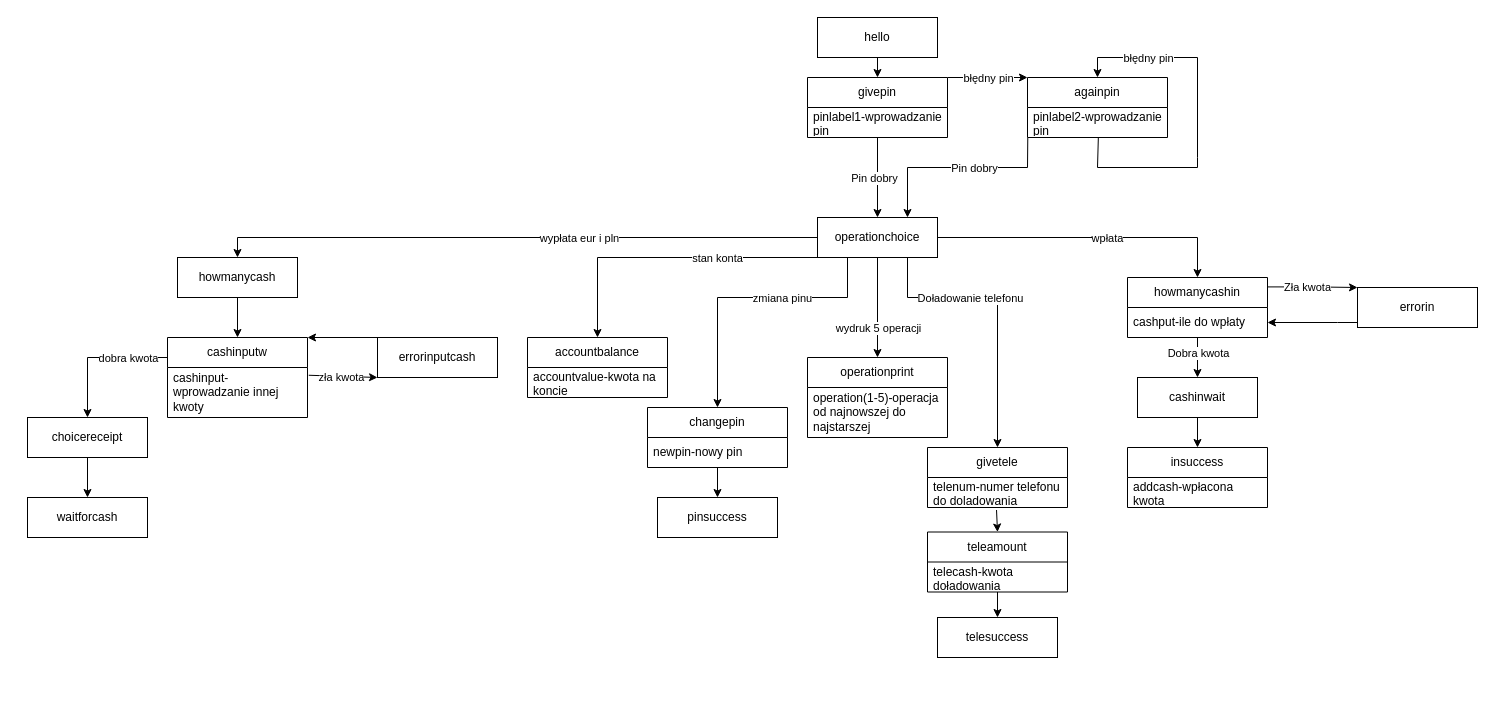
Above: DOKUMENTACJA/screnschemeREMASTER.drawio in Mati-IR/ATM_Simulator (draw.io), before the change. Source tidied: cells renumbered, new cells numbered last; positions are measured from the earlier drawing's top-left corner, leaving out a move shared by most shapes. Both pictures are drawn from the tidied source at 100%, with x=0, y=0 at pixel (27, 17).
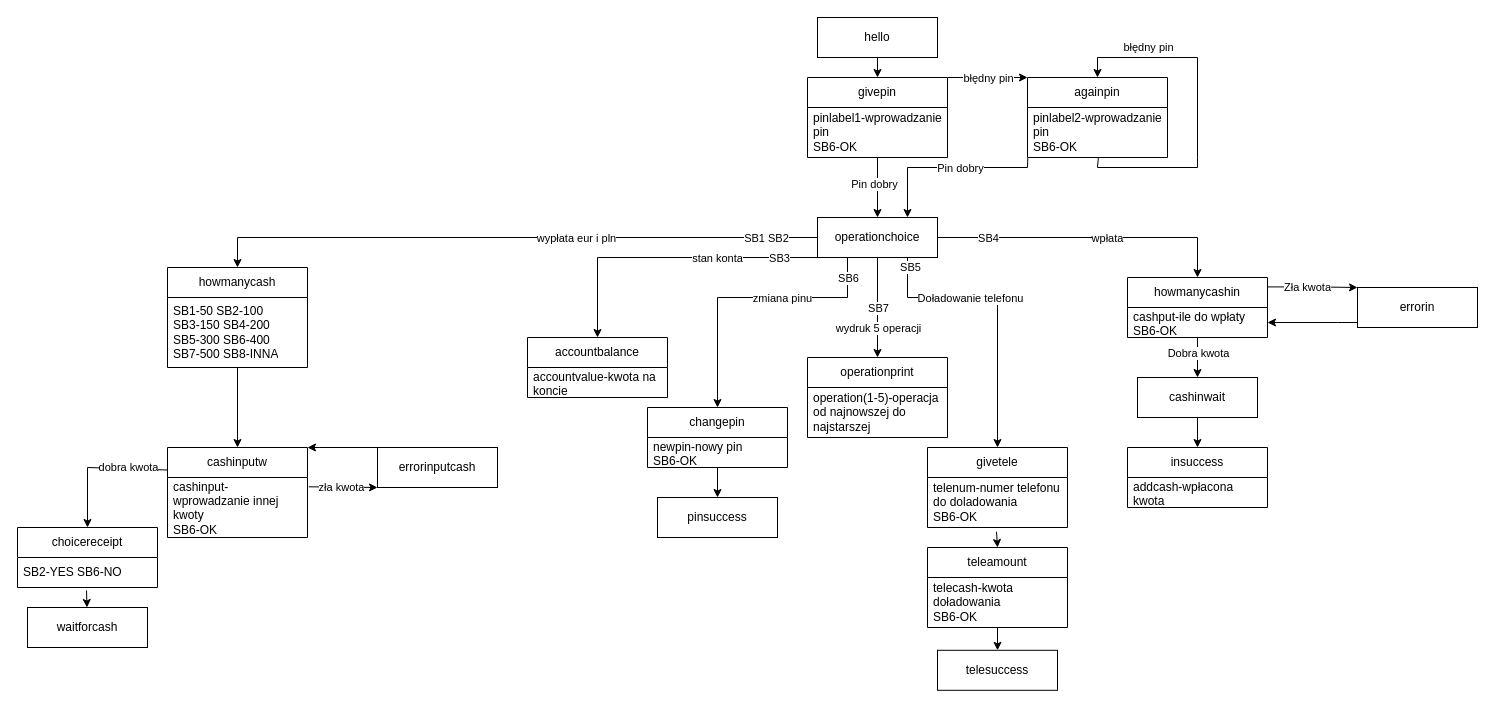
Above is the later version.

Unchanged cells that the change refers to:
```xml
<mxCell id="6" value="operationchoice" style="rounded=0;whiteSpace=wrap;html=1;" parent="1" vertex="1">
  <mxGeometry x="790" y="200" width="120" height="40" as="geometry" />
</mxCell>
<mxCell id="13" style="endArrow=classic;html=1;rounded=0;entryX=0.5;entryY=0;entryDx=0;entryDy=0;exitX=0;exitY=0.5;exitDx=0;exitDy=0;" parent="1" edge="1" source="6" target="12">
  <mxGeometry relative="1" as="geometry">
    <Array as="points">
      <mxPoint x="210" y="220" />
    </Array>
  </mxGeometry>
</mxCell>
<mxCell id="24" style="endArrow=classic;html=1;rounded=0;exitX=0;exitY=1;exitDx=0;exitDy=0;entryX=0.5;entryY=0;entryDx=0;entryDy=0;" parent="1" edge="1" source="6" target="45">
  <mxGeometry relative="1" as="geometry">
    <Array as="points">
      <mxPoint x="570" y="240" />
    </Array>
  </mxGeometry>
</mxCell>
<mxCell id="29" style="endArrow=classic;html=1;rounded=0;exitX=0.5;exitY=1;exitDx=0;exitDy=0;entryX=0.5;entryY=0;entryDx=0;entryDy=0;" parent="1" edge="1" source="6" target="50">
  <mxGeometry relative="1" as="geometry" />
</mxCell>
<mxCell id="31" style="endArrow=classic;html=1;rounded=0;exitX=0.75;exitY=1;exitDx=0;exitDy=0;entryX=0.5;entryY=0;entryDx=0;entryDy=0;" parent="1" edge="1" source="6" target="52">
  <mxGeometry relative="1" as="geometry">
    <Array as="points">
      <mxPoint x="880" y="280" />
      <mxPoint x="970" y="280" />
    </Array>
  </mxGeometry>
</mxCell>
<mxCell id="35" style="endArrow=classic;html=1;rounded=0;exitX=1;exitY=0.5;exitDx=0;exitDy=0;entryX=0.5;entryY=0;entryDx=0;entryDy=0;" parent="1" edge="1" source="6" target="61">
  <mxGeometry relative="1" as="geometry">
    <Array as="points">
      <mxPoint x="1170" y="220" />
    </Array>
  </mxGeometry>
</mxCell>
<mxCell id="48" value="changepin" style="swimlane;fontStyle=0;horizontal=1;startSize=30;whiteSpace=wrap;html=1;" parent="1" vertex="1">
  <mxGeometry x="620" y="390" width="140" height="60" as="geometry" />
</mxCell>
<mxCell id="61" value="howmanycashin" style="swimlane;fontStyle=0;horizontal=1;startSize=30;whiteSpace=wrap;html=1;" parent="1" vertex="1">
  <mxGeometry x="1100" y="260" width="140" height="60" as="geometry" />
</mxCell>
```

Diff of the diagram source:
```diff
@@
-    <mxCell id="11" style="edgeStyle=orthogonalEdgeStyle;rounded=0;jettySize=auto;html=1;entryX=0.5;entryY=0;entryDx=0;entryDy=0;" parent="1" edge="1" source="12" target="43">
-      <mxGeometry relative="1" as="geometry" />
-    </mxCell>
-    <mxCell id="12" value="howmanycash" style="rounded=0;whiteSpace=wrap;html=1;" parent="1" vertex="1">
-      <mxGeometry x="150" y="240" width="120" height="40" as="geometry" />
-    </mxCell>
@@
+    <mxCell id="69" value="SB1 SB2" style="edgeLabel;html=1;align=center;verticalAlign=middle;" parent="13" vertex="1">
+      <mxGeometry x="-0.83" y="2" relative="1" as="geometry">
+        <mxPoint y="-2" as="offset" />
+      </mxGeometry>
+    </mxCell>
     <mxCell id="15" value="errorinputcash" style="rounded=0;whiteSpace=wrap;html=1;" parent="1" vertex="1">
-      <mxGeometry x="350" y="320" width="120" height="40" as="geometry" />
+      <mxGeometry x="350" y="430" width="120" height="40" as="geometry" />
     </mxCell>
@@
-    <mxCell id="19" value="choicereceipt" style="rounded=0;whiteSpace=wrap;html=1;" parent="1" vertex="1">
-      <mxGeometry y="400" width="120" height="40" as="geometry" />
-    </mxCell>
     <mxCell id="20" style="endArrow=classic;html=1;rounded=0;exitX=0;exitY=0.25;exitDx=0;exitDy=0;entryX=0.5;entryY=0;entryDx=0;entryDy=0;" parent="1" edge="1" source="43" target="19">
       <mxGeometry relative="1" as="geometry">
         <Array as="points">
-          <mxPoint x="60" y="340" />
+          <mxPoint x="60" y="450" />
         </Array>
       </mxGeometry>
     </mxCell>
@@
     <mxCell id="22" value="waitforcash" style="rounded=0;whiteSpace=wrap;html=1;" parent="1" vertex="1">
-      <mxGeometry y="480" width="120" height="40" as="geometry" />
+      <mxGeometry y="590" width="120" height="40" as="geometry" />
     </mxCell>
-    <mxCell id="23" style="endArrow=classic;html=1;rounded=0;exitX=0.5;exitY=1;exitDx=0;exitDy=0;" parent="1" edge="1" source="19" target="22">
+    <mxCell id="23" style="endArrow=classic;html=1;rounded=0;exitX=0.493;exitY=1.1;exitDx=0;exitDy=0;exitPerimeter=0;" parent="1" edge="1" source="76" target="22">
       <mxGeometry relative="1" as="geometry" />
     </mxCell>
@@
+    <mxCell id="70" value="SB3" style="edgeLabel;html=1;align=center;verticalAlign=middle;" parent="24" vertex="1">
+      <mxGeometry x="-0.74" y="3" relative="1" as="geometry">
+        <mxPoint y="-3" as="offset" />
+      </mxGeometry>
+    </mxCell>
     <mxCell id="26" style="endArrow=classic;html=1;rounded=0;exitX=0.25;exitY=1;exitDx=0;exitDy=0;entryX=0.5;entryY=0;entryDx=0;entryDy=0;" parent="1" edge="1" source="6" target="48">
       <mxGeometry relative="1" as="geometry">
         <Array as="points">
+          <mxPoint x="820" y="260" />
           <mxPoint x="820" y="280" />
           <mxPoint x="690" y="280" />
         </Array>
       </mxGeometry>
     </mxCell>
@@
+    <mxCell id="71" value="SB6" style="edgeLabel;html=1;align=center;verticalAlign=middle;" parent="26" vertex="1">
+      <mxGeometry x="-0.61" y="2" relative="1" as="geometry">
+        <mxPoint x="15" y="-22" as="offset" />
+      </mxGeometry>
+    </mxCell>
@@
+    <mxCell id="72" value="SB7" style="edgeLabel;html=1;align=center;verticalAlign=middle;" parent="29" vertex="1">
+      <mxGeometry x="-0.34" y="1" relative="1" as="geometry">
+        <mxPoint x="-1" y="17" as="offset" />
+      </mxGeometry>
+    </mxCell>
@@
+    <mxCell id="73" value="SB5" style="edgeLabel;html=1;align=center;verticalAlign=middle;" parent="31" vertex="1">
+      <mxGeometry x="-0.79" y="2" relative="1" as="geometry">
+        <mxPoint y="-20" as="offset" />
+      </mxGeometry>
+    </mxCell>
     <mxCell id="33" value="telesuccess" style="rounded=0;whiteSpace=wrap;html=1;" parent="1" vertex="1">
-      <mxGeometry x="910" y="600" width="120" height="40" as="geometry" />
+      <mxGeometry x="910" y="632.8" width="120" height="40" as="geometry" />
     </mxCell>
@@
+    <mxCell id="74" value="SB4" style="edgeLabel;html=1;align=center;verticalAlign=middle;" parent="35" vertex="1">
+      <mxGeometry x="-0.31" y="3" relative="1" as="geometry">
+        <mxPoint x="-53" y="3" as="offset" />
+      </mxGeometry>
+    </mxCell>
     <mxCell id="37" value="givepin" style="swimlane;fontStyle=0;horizontal=1;startSize=30;whiteSpace=wrap;html=1;" parent="1" vertex="1">
-      <mxGeometry x="780" y="60" width="140" height="60" as="geometry" />
+      <mxGeometry x="780" y="60" width="140" height="80" as="geometry" />
     </mxCell>
-    <mxCell id="38" value="pinlabel1-wprowadzanie pin" style="text;strokeColor=none;fillColor=none;align=left;verticalAlign=middle;spacingLeft=4;spacingRight=4;overflow=hidden;whiteSpace=wrap;html=1;" parent="37" vertex="1">
-      <mxGeometry y="30" width="140" height="30" as="geometry" />
+    <mxCell id="38" value="pinlabel1-wprowadzanie pin&lt;br&gt;SB6-OK" style="text;strokeColor=none;fillColor=none;align=left;verticalAlign=middle;spacingLeft=4;spacingRight=4;overflow=hidden;whiteSpace=wrap;html=1;" parent="37" vertex="1">
+      <mxGeometry y="30" width="140" height="50" as="geometry" />
     </mxCell>
     <mxCell id="39" value="againpin" style="swimlane;fontStyle=0;horizontal=1;startSize=30;whiteSpace=wrap;html=1;" parent="1" vertex="1">
-      <mxGeometry x="1000" y="60" width="140" height="60" as="geometry" />
+      <mxGeometry x="1000" y="60" width="140" height="80" as="geometry" />
     </mxCell>
-    <mxCell id="40" value="pinlabel2-wprowadzanie pin" style="text;strokeColor=none;fillColor=none;align=left;verticalAlign=middle;spacingLeft=4;spacingRight=4;overflow=hidden;points=[[0,0.5],[1,0.5]];portConstraint=eastwest;whiteSpace=wrap;html=1;" parent="39" vertex="1">
-      <mxGeometry y="30" width="140" height="30" as="geometry" />
+    <mxCell id="40" value="pinlabel2-wprowadzanie pin&lt;br&gt;SB6-OK" style="text;strokeColor=none;fillColor=none;align=left;verticalAlign=middle;spacingLeft=4;spacingRight=4;overflow=hidden;points=[[0,0.5],[1,0.5]];portConstraint=eastwest;whiteSpace=wrap;html=1;" parent="39" vertex="1">
+      <mxGeometry y="30" width="140" height="50" as="geometry" />
     </mxCell>
@@
     <mxCell id="43" value="cashinputw" style="swimlane;fontStyle=0;horizontal=1;startSize=30;whiteSpace=wrap;html=1;" parent="1" vertex="1">
-      <mxGeometry x="140" y="320" width="140" height="80" as="geometry" />
+      <mxGeometry x="140" y="430" width="140" height="90" as="geometry" />
     </mxCell>
-    <mxCell id="44" value="cashinput-wprowadzanie innej kwoty" style="text;strokeColor=none;fillColor=none;align=left;verticalAlign=middle;spacingLeft=4;spacingRight=4;overflow=hidden;points=[[0,0.5],[1,0.5]];portConstraint=eastwest;whiteSpace=wrap;html=1;" parent="43" vertex="1">
-      <mxGeometry y="30" width="140" height="50" as="geometry" />
+    <mxCell id="44" value="cashinput-wprowadzanie innej kwoty&lt;br&gt;SB6-OK" style="text;strokeColor=none;fillColor=none;align=left;verticalAlign=middle;spacingLeft=4;spacingRight=4;overflow=hidden;points=[[0,0.5],[1,0.5]];portConstraint=eastwest;whiteSpace=wrap;html=1;" parent="43" vertex="1">
+      <mxGeometry y="30" width="140" height="60" as="geometry" />
     </mxCell>
@@
-    <mxCell id="49" value="newpin-nowy pin" style="text;strokeColor=none;fillColor=none;align=left;verticalAlign=middle;spacingLeft=4;spacingRight=4;overflow=hidden;whiteSpace=wrap;html=1;" parent="48" vertex="1">
+    <mxCell id="49" value="newpin-nowy pin&lt;br&gt;SB6-OK" style="text;strokeColor=none;fillColor=none;align=left;verticalAlign=middle;spacingLeft=4;spacingRight=4;overflow=hidden;whiteSpace=wrap;html=1;" parent="48" vertex="1">
       <mxGeometry y="30" width="140" height="30" as="geometry" />
     </mxCell>
@@
     <mxCell id="52" value="givetele" style="swimlane;fontStyle=0;horizontal=1;startSize=30;whiteSpace=wrap;html=1;" parent="1" vertex="1">
-      <mxGeometry x="900" y="430" width="140" height="60" as="geometry" />
+      <mxGeometry x="900" y="430" width="140" height="80" as="geometry" />
     </mxCell>
-    <mxCell id="53" value="telenum-numer telefonu do doladowania" style="text;strokeColor=none;fillColor=none;align=left;verticalAlign=middle;spacingLeft=4;spacingRight=4;overflow=hidden;points=[[0,0.5],[1,0.5]];portConstraint=eastwest;whiteSpace=wrap;html=1;" parent="52" vertex="1">
-      <mxGeometry y="30" width="140" height="30" as="geometry" />
+    <mxCell id="53" value="telenum-numer telefonu do doladowania&lt;br&gt;SB6-OK" style="text;strokeColor=none;fillColor=none;align=left;verticalAlign=middle;spacingLeft=4;spacingRight=4;overflow=hidden;points=[[0,0.5],[1,0.5]];portConstraint=eastwest;whiteSpace=wrap;html=1;" parent="52" vertex="1">
+      <mxGeometry y="30" width="140" height="50" as="geometry" />
     </mxCell>
@@
     <mxCell id="55" value="teleamount" style="swimlane;fontStyle=0;horizontal=1;startSize=30;whiteSpace=wrap;html=1;" parent="1" vertex="1">
-      <mxGeometry x="900" y="514.5" width="140" height="60" as="geometry" />
+      <mxGeometry x="900" y="530" width="140" height="80" as="geometry" />
     </mxCell>
-    <mxCell id="56" value="telecash-kwota doładowania" style="text;strokeColor=none;fillColor=none;align=left;verticalAlign=middle;spacingLeft=4;spacingRight=4;overflow=hidden;whiteSpace=wrap;html=1;" parent="55" vertex="1">
-      <mxGeometry y="30" width="140" height="30" as="geometry" />
+    <mxCell id="56" value="telecash-kwota doładowania&lt;br&gt;SB6-OK" style="text;strokeColor=none;fillColor=none;align=left;verticalAlign=middle;spacingLeft=4;spacingRight=4;overflow=hidden;whiteSpace=wrap;html=1;" parent="55" vertex="1">
+      <mxGeometry y="30" width="140" height="50" as="geometry" />
     </mxCell>
@@
-    <mxCell id="62" value="cashput-ile do wpłaty" style="text;strokeColor=none;fillColor=none;align=left;verticalAlign=middle;spacingLeft=4;spacingRight=4;overflow=hidden;points=[[0,0.5],[1,0.5]];portConstraint=eastwest;whiteSpace=wrap;html=1;" parent="61" vertex="1">
+    <mxCell id="62" value="cashput-ile do wpłaty&lt;br&gt;SB6-OK" style="text;strokeColor=none;fillColor=none;align=left;verticalAlign=middle;spacingLeft=4;spacingRight=4;overflow=hidden;points=[[0,0.5],[1,0.5]];portConstraint=eastwest;whiteSpace=wrap;html=1;" parent="61" vertex="1">
       <mxGeometry y="30" width="140" height="30" as="geometry" />
     </mxCell>
@@
+    <mxCell id="11" style="edgeStyle=orthogonalEdgeStyle;rounded=0;jettySize=auto;html=1;entryX=0.5;entryY=0;entryDx=0;entryDy=0;" parent="1" edge="1" source="12" target="43">
+      <mxGeometry relative="1" as="geometry" />
+    </mxCell>
+    <mxCell id="12" value="howmanycash" style="swimlane;fontStyle=0;horizontal=1;startSize=30;whiteSpace=wrap;html=1;" parent="1" vertex="1">
+      <mxGeometry x="140" y="250" width="140" height="100" as="geometry" />
+    </mxCell>
+    <mxCell id="75" value="SB1-50 SB2-100&lt;br&gt;SB3-150 SB4-200&lt;br&gt;SB5-300 SB6-400&lt;br&gt;SB7-500 SB8-INNA" style="text;strokeColor=none;fillColor=none;align=left;verticalAlign=middle;spacingLeft=4;spacingRight=4;overflow=hidden;whiteSpace=wrap;html=1;" parent="12" vertex="1">
+      <mxGeometry y="30" width="140" height="70" as="geometry" />
+    </mxCell>
+    <mxCell id="19" value="choicereceipt" style="swimlane;fontStyle=0;horizontal=1;startSize=30;whiteSpace=wrap;html=1;" parent="1" vertex="1">
+      <mxGeometry x="-10" y="510" width="140" height="60" as="geometry" />
+    </mxCell>
+    <mxCell id="76" value="SB2-YES SB6-NO" style="text;strokeColor=none;fillColor=none;align=left;verticalAlign=middle;spacingLeft=4;spacingRight=4;overflow=hidden;points=[[0,0.5],[1,0.5]];portConstraint=eastwest;whiteSpace=wrap;html=1;" parent="19" vertex="1">
+      <mxGeometry y="30" width="140" height="30" as="geometry" />
+    </mxCell>
```
